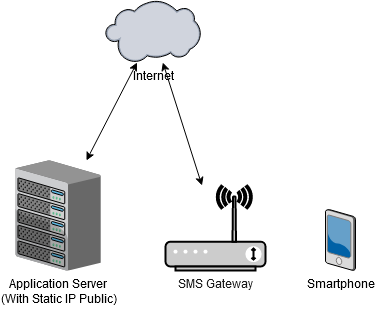
Earlier version of the draw.io export sms-gateway.png (kamshory/PHPMessageBroker). Source tidied: cells renumbered, new cells last; positions are measured from the earlier drawing's top-left corner, leaving out a move shared by most shapes.
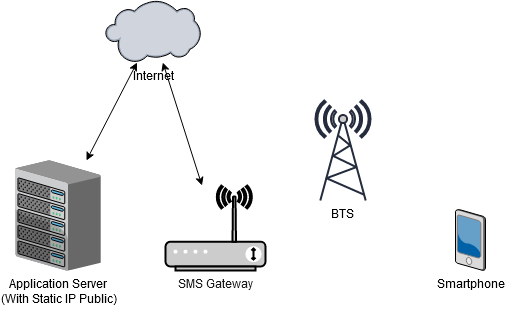
After the commit.

Diff of the diagram source:
```diff
@@ -6,7 +6,7 @@
       <mxGeometry y="160" width="85.2" height="110" as="geometry" />
     </mxCell>
     <mxCell id="3" value="Smartphone" style="verticalLabelPosition=bottom;html=1;verticalAlign=top;strokeColor=none;align=center;shape=mxgraph.citrix.pda;" parent="1" vertex="1">
-      <mxGeometry x="310" y="209" width="30" height="61" as="geometry" />
+      <mxGeometry x="440" y="209" width="30" height="61" as="geometry" />
     </mxCell>
     <mxCell id="4" value="Internet" style="verticalLabelPosition=bottom;html=1;verticalAlign=top;strokeColor=none;align=center;outlineConnect=0;shape=mxgraph.citrix.cloud;" parent="1" vertex="1">
       <mxGeometry x="90" width="95" height="62" as="geometry" />
@@ -20,5 +20,8 @@
     <mxCell id="7" value="&lt;font color=&quot;#1A1A1A&quot;&gt;SMS Gateway&lt;/font&gt;" style="fontColor=#0066CC;verticalAlign=top;verticalLabelPosition=bottom;labelPosition=center;align=center;html=1;outlineConnect=0;fillColor=#CCCCCC;gradientColor=none;gradientDirection=north;strokeWidth=2;shape=mxgraph.networks.wireless_modem;" parent="1" vertex="1">
       <mxGeometry x="150" y="185" width="100" height="85" as="geometry" />
     </mxCell>
+    <mxCell id="8" value="BTS" style="verticalAlign=top;verticalLabelPosition=bottom;labelPosition=center;align=center;html=1;fillColor=#CCCCCC;gradientColor=none;gradientDirection=north;strokeWidth=2;shape=mxgraph.networks.radio_tower;strokeColor=#242C3D;" parent="1" vertex="1">
+      <mxGeometry x="300" y="100" width="55" height="100" as="geometry" />
+    </mxCell>
   </root>
 </mxGraphModel>
```
